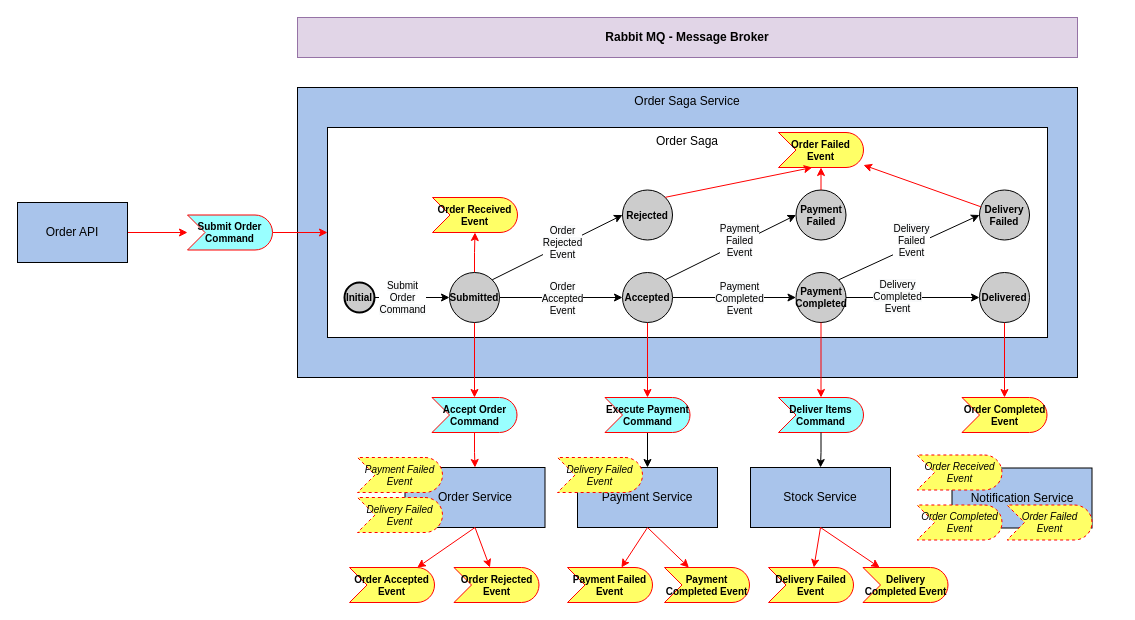
Earlier version of the draw.io diagram MassTransit/OrderSaga/docs/OrderSaga.drawio (evrimozcelik/distributed-trx-mgmt). Source tidied: cells renumbered, new cells numbered last; positions are measured from the earlier drawing's top-left corner, leaving out a move shared by most shapes. Both pictures are drawn from the tidied source at 100%, with x=0, y=0 at pixel (17, 17).
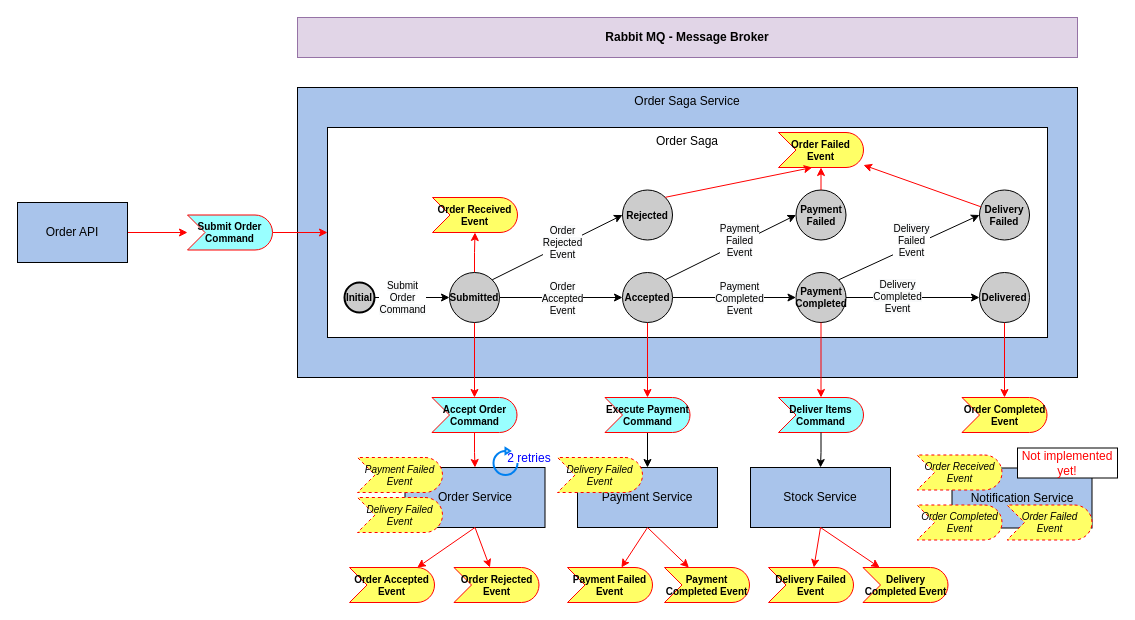
Above is the later version.

Commit message (it also covers changes not shown here):
updated readme for order saga

What changed in the source:
```diff
@@
+    <mxCell id="70" style="html=1;verticalLabelPosition=bottom;align=center;labelBackgroundColor=#ffffff;verticalAlign=top;strokeWidth=2;strokeColor=#0080F0;shadow=0;dashed=0;shape=mxgraph.ios7.icons.reload;" parent="1" vertex="1">
+      <mxGeometry x="476" y="430.5" width="24" height="27" as="geometry" />
+    </mxCell>
+    <mxCell id="71" value="2 retries" style="text;html=1;strokeColor=none;fillColor=none;align=center;verticalAlign=middle;whiteSpace=wrap;rounded=0;fontColor=#0000FF;" parent="1" vertex="1">
+      <mxGeometry x="482" y="430.5" width="60" height="20" as="geometry" />
+    </mxCell>
+    <mxCell id="72" value="Not implemented yet!" style="rounded=0;whiteSpace=wrap;html=1;fontColor=#FF0000;" parent="1" vertex="1">
+      <mxGeometry x="1000" y="430.5" width="100" height="30" as="geometry" />
+    </mxCell>
```
